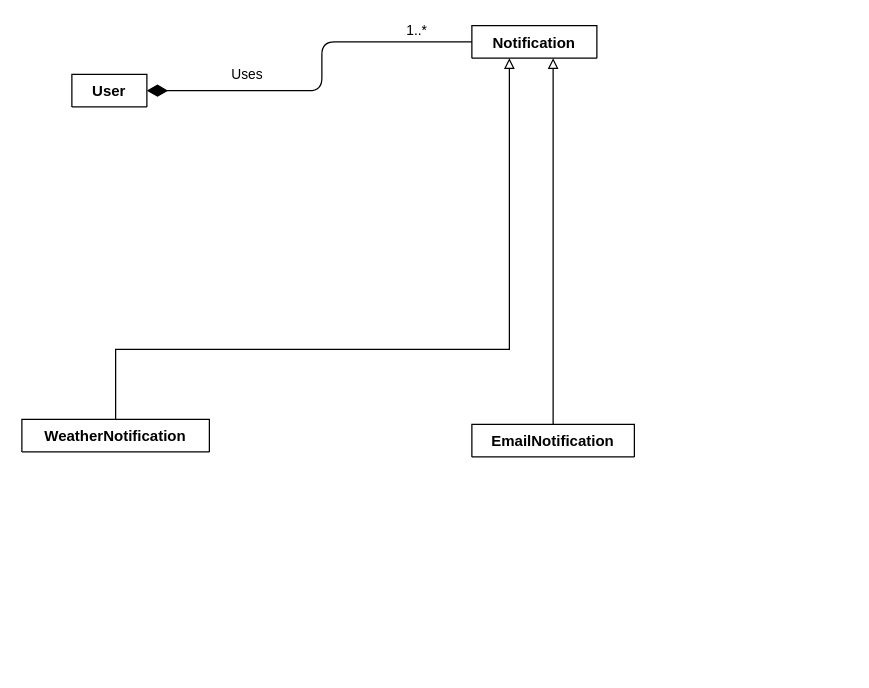
Earlier version of the draw.io diagram data-structures/uml/uml-diagrams.drawio (err53/ICS4U0-work). Source tidied: cells renumbered, new cells numbered last; positions are measured from the earlier drawing's top-left corner, leaving out a move shared by most shapes. Both pictures are drawn from the tidied source at 125%, with x=0, y=0 at pixel (21, 25).
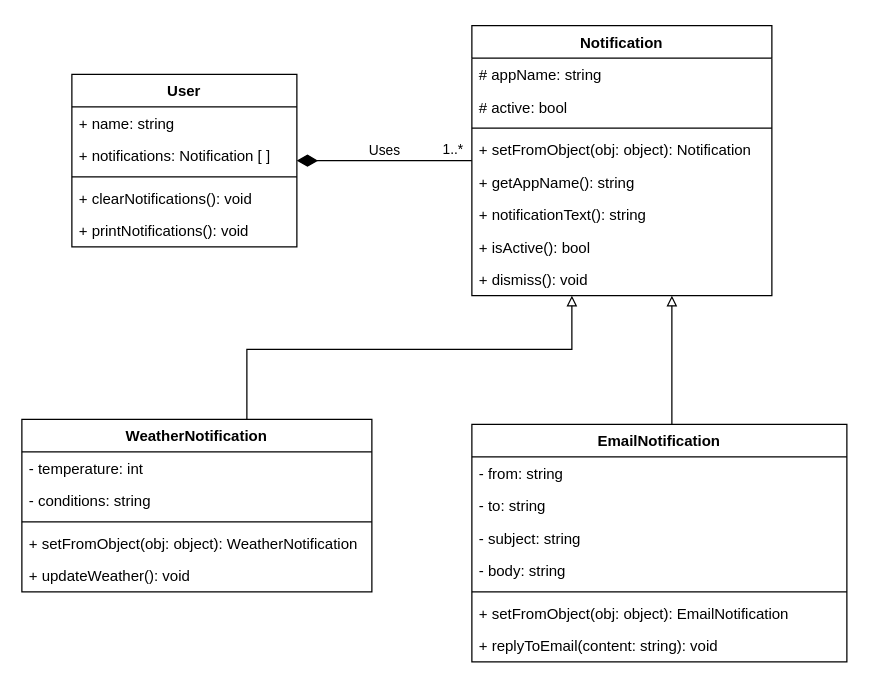
Above is the later version.

Commit message (it also covers changes not shown here):
doc: fix uml diagrams

What changed in the source:
```diff
@@
-    <mxCell id="2" value="User" style="swimlane;fontStyle=1;align=center;verticalAlign=top;horizontal=1;startSize=26;" parent="1" vertex="1" collapsed="1">
-      <mxGeometry x="40" y="39" width="60" height="26" as="geometry" />
+    <mxCell id="2" value="User" style="swimlane;fontStyle=1;align=center;verticalAlign=top;horizontal=1;startSize=26;" parent="1" vertex="1">
+      <mxGeometry x="40" y="39" width="180" height="138" as="geometry" />
     </mxCell>
+    <mxCell id="10" value="+ name: string" style="text;strokeColor=none;fillColor=none;align=left;verticalAlign=top;spacingLeft=4;spacingRight=4;overflow=hidden;" parent="2" vertex="1">
+      <mxGeometry y="26" width="180" height="26" as="geometry" />
+    </mxCell>
+    <mxCell id="11" value="+ notifications: Notification [ ]" style="text;strokeColor=none;fillColor=none;align=left;verticalAlign=top;spacingLeft=4;spacingRight=4;overflow=hidden;" parent="2" vertex="1">
+      <mxGeometry y="52" width="180" height="26" as="geometry" />
+    </mxCell>
+    <mxCell id="12" style="line;strokeWidth=1;fillColor=none;align=left;verticalAlign=middle;spacingTop=-1;spacingLeft=3;spacingRight=3;labelPosition=right;" parent="2" vertex="1">
+      <mxGeometry y="78" width="180" height="8" as="geometry" />
+    </mxCell>
+    <mxCell id="13" value="+ clearNotifications(): void" style="text;strokeColor=none;fillColor=none;align=left;verticalAlign=top;spacingLeft=4;spacingRight=4;overflow=hidden;" parent="2" vertex="1">
+      <mxGeometry y="86" width="180" height="26" as="geometry" />
+    </mxCell>
+    <mxCell id="14" value="+ printNotifications(): void" style="text;strokeColor=none;fillColor=none;align=left;verticalAlign=top;spacingLeft=4;spacingRight=4;overflow=hidden;" parent="2" vertex="1">
+      <mxGeometry y="112" width="180" height="26" as="geometry" />
+    </mxCell>
-    <mxCell id="3" value="Notification" style="swimlane;fontStyle=1;align=center;verticalAlign=top;horizontal=1;startSize=26;" parent="1" vertex="1" collapsed="1">
-      <mxGeometry x="360" width="100" height="26" as="geometry" />
+    <mxCell id="3" value="Notification" style="swimlane;fontStyle=1;align=center;verticalAlign=top;horizontal=1;startSize=26;" parent="1" vertex="1">
+      <mxGeometry x="360" width="240" height="216" as="geometry" />
     </mxCell>
+    <mxCell id="15" value="# appName: string" style="text;strokeColor=none;fillColor=none;align=left;verticalAlign=top;spacingLeft=4;spacingRight=4;overflow=hidden;" parent="3" vertex="1">
+      <mxGeometry y="26" width="240" height="26" as="geometry" />
+    </mxCell>
+    <mxCell id="16" value="# active: bool" style="text;strokeColor=none;fillColor=none;align=left;verticalAlign=top;spacingLeft=4;spacingRight=4;overflow=hidden;" parent="3" vertex="1">
+      <mxGeometry y="52" width="240" height="26" as="geometry" />
+    </mxCell>
+    <mxCell id="17" style="line;strokeWidth=1;fillColor=none;align=left;verticalAlign=middle;spacingTop=-1;spacingLeft=3;spacingRight=3;labelPosition=right;" parent="3" vertex="1">
+      <mxGeometry y="78" width="240" height="8" as="geometry" />
+    </mxCell>
+    <mxCell id="18" value="+ setFromObject(obj: object): Notification" style="text;strokeColor=none;fillColor=none;align=left;verticalAlign=top;spacingLeft=4;spacingRight=4;overflow=hidden;" parent="3" vertex="1">
+      <mxGeometry y="86" width="240" height="26" as="geometry" />
+    </mxCell>
+    <mxCell id="19" value="+ getAppName(): string" style="text;strokeColor=none;fillColor=none;align=left;verticalAlign=top;spacingLeft=4;spacingRight=4;overflow=hidden;" parent="3" vertex="1">
+      <mxGeometry y="112" width="240" height="26" as="geometry" />
+    </mxCell>
+    <mxCell id="20" value="+ notificationText(): string" style="text;strokeColor=none;fillColor=none;align=left;verticalAlign=top;spacingLeft=4;spacingRight=4;overflow=hidden;" parent="3" vertex="1">
+      <mxGeometry y="138" width="240" height="26" as="geometry" />
+    </mxCell>
+    <mxCell id="21" value="+ isActive(): bool" style="text;strokeColor=none;fillColor=none;align=left;verticalAlign=top;spacingLeft=4;spacingRight=4;overflow=hidden;" parent="3" vertex="1">
+      <mxGeometry y="164" width="240" height="26" as="geometry" />
+    </mxCell>
+    <mxCell id="22" value="+ dismiss(): void" style="text;strokeColor=none;fillColor=none;align=left;verticalAlign=top;spacingLeft=4;spacingRight=4;overflow=hidden;" parent="3" vertex="1">
+      <mxGeometry y="190" width="240" height="26" as="geometry" />
+    </mxCell>
     <mxCell id="4" style="edgeStyle=orthogonalEdgeStyle;rounded=0;jettySize=auto;html=1;endArrow=block;endFill=0;" parent="1" edge="1" source="5" target="3">
       <mxGeometry relative="1" as="geometry">
         <Array as="points">
-          <mxPoint x="75" y="259" />
-          <mxPoint x="390" y="259" />
+          <mxPoint x="180" y="259" />
+          <mxPoint x="440" y="259" />
         </Array>
       </mxGeometry>
     </mxCell>
-    <mxCell id="5" value="WeatherNotification" style="swimlane;fontStyle=1;align=center;verticalAlign=top;horizontal=1;startSize=26;" parent="1" vertex="1" collapsed="1">
-      <mxGeometry y="315" width="150" height="26" as="geometry" />
+    <mxCell id="5" value="WeatherNotification" style="swimlane;fontStyle=1;align=center;verticalAlign=top;horizontal=1;startSize=26;" parent="1" vertex="1">
+      <mxGeometry y="315" width="280" height="138" as="geometry" />
     </mxCell>
+    <mxCell id="23" value="- temperature: int" style="text;strokeColor=none;fillColor=none;align=left;verticalAlign=top;spacingLeft=4;spacingRight=4;overflow=hidden;" parent="5" vertex="1">
+      <mxGeometry y="26" width="280" height="26" as="geometry" />
+    </mxCell>
+    <mxCell id="24" value="- conditions: string" style="text;strokeColor=none;fillColor=none;align=left;verticalAlign=top;spacingLeft=4;spacingRight=4;overflow=hidden;" parent="5" vertex="1">
+      <mxGeometry y="52" width="280" height="26" as="geometry" />
+    </mxCell>
+    <mxCell id="25" style="line;strokeWidth=1;fillColor=none;align=left;verticalAlign=middle;spacingTop=-1;spacingLeft=3;spacingRight=3;labelPosition=right;" parent="5" vertex="1">
+      <mxGeometry y="78" width="280" height="8" as="geometry" />
+    </mxCell>
+    <mxCell id="26" value="+ setFromObject(obj: object): WeatherNotification" style="text;strokeColor=none;fillColor=none;align=left;verticalAlign=top;spacingLeft=4;spacingRight=4;overflow=hidden;" parent="5" vertex="1">
+      <mxGeometry y="86" width="280" height="26" as="geometry" />
+    </mxCell>
+    <mxCell id="27" value="+ updateWeather(): void" style="text;strokeColor=none;fillColor=none;align=left;verticalAlign=top;spacingLeft=4;spacingRight=4;overflow=hidden;" parent="5" vertex="1">
+      <mxGeometry y="112" width="280" height="26" as="geometry" />
+    </mxCell>
     <mxCell id="6" style="edgeStyle=orthogonalEdgeStyle;rounded=0;jettySize=auto;html=1;endArrow=block;endFill=0;" parent="1" edge="1" source="7" target="3">
       <mxGeometry relative="1" as="geometry">
         <Array as="points">
-          <mxPoint x="425" y="279" />
-          <mxPoint x="425" y="279" />
+          <mxPoint x="520" y="239" />
+          <mxPoint x="520" y="239" />
         </Array>
       </mxGeometry>
     </mxCell>
-    <mxCell id="7" value="EmailNotification" style="swimlane;fontStyle=1;align=center;verticalAlign=top;horizontal=1;startSize=26;" parent="1" vertex="1" collapsed="1">
-      <mxGeometry x="360" y="319" width="130" height="26" as="geometry" />
+    <mxCell id="7" value="EmailNotification" style="swimlane;fontStyle=1;align=center;verticalAlign=top;horizontal=1;startSize=26;" parent="1" vertex="1">
+      <mxGeometry x="360" y="319" width="300" height="190" as="geometry" />
     </mxCell>
+    <mxCell id="28" value="- from: string" style="text;strokeColor=none;fillColor=none;align=left;verticalAlign=top;spacingLeft=4;spacingRight=4;overflow=hidden;" parent="7" vertex="1">
+      <mxGeometry y="26" width="300" height="26" as="geometry" />
+    </mxCell>
+    <mxCell id="29" value="- to: string" style="text;strokeColor=none;fillColor=none;align=left;verticalAlign=top;spacingLeft=4;spacingRight=4;overflow=hidden;" parent="7" vertex="1">
+      <mxGeometry y="52" width="300" height="26" as="geometry" />
+    </mxCell>
+    <mxCell id="30" value="- subject: string" style="text;strokeColor=none;fillColor=none;align=left;verticalAlign=top;spacingLeft=4;spacingRight=4;overflow=hidden;" parent="7" vertex="1">
+      <mxGeometry y="78" width="300" height="26" as="geometry" />
+    </mxCell>
+    <mxCell id="31" value="- body: string" style="text;strokeColor=none;fillColor=none;align=left;verticalAlign=top;spacingLeft=4;spacingRight=4;overflow=hidden;" parent="7" vertex="1">
+      <mxGeometry y="104" width="300" height="26" as="geometry" />
+    </mxCell>
+    <mxCell id="32" style="line;strokeWidth=1;fillColor=none;align=left;verticalAlign=middle;spacingTop=-1;spacingLeft=3;spacingRight=3;labelPosition=right;" parent="7" vertex="1">
+      <mxGeometry y="130" width="300" height="8" as="geometry" />
+    </mxCell>
+    <mxCell id="33" value="+ setFromObject(obj: object): EmailNotification" style="text;strokeColor=none;fillColor=none;align=left;verticalAlign=top;spacingLeft=4;spacingRight=4;overflow=hidden;" parent="7" vertex="1">
+      <mxGeometry y="138" width="300" height="26" as="geometry" />
+    </mxCell>
+    <mxCell id="34" value="+ replyToEmail(content: string): void" style="text;strokeColor=none;fillColor=none;align=left;verticalAlign=top;spacingLeft=4;spacingRight=4;overflow=hidden;" parent="7" vertex="1">
+      <mxGeometry y="164" width="300" height="26" as="geometry" />
+    </mxCell>
     <mxCell id="8" value="1..*" style="endArrow=none;html=1;endSize=12;startArrow=diamondThin;startSize=14;startFill=1;edgeStyle=orthogonalEdgeStyle;align=left;verticalAlign=bottom;endFill=0;" parent="1" edge="1" source="2" target="3">
-      <mxGeometry x="0.64" relative="1" as="geometry">
-        <Array as="points">
-          <mxPoint x="240" y="52" />
-          <mxPoint x="240" y="13" />
-        </Array>
-      </mxGeometry>
+      <mxGeometry x="0.64" relative="1" as="geometry" />
     </mxCell>
     <mxCell id="9" value="Uses" style="edgeLabel;html=1;align=center;verticalAlign=middle;" parent="8" vertex="1">
       <mxGeometry x="-0.24" y="2" relative="1" as="geometry">
-        <mxPoint x="-34.1" y="-11.1" as="offset" />
+        <mxPoint x="16.7" y="-7" as="offset" />
       </mxGeometry>
     </mxCell>
```
